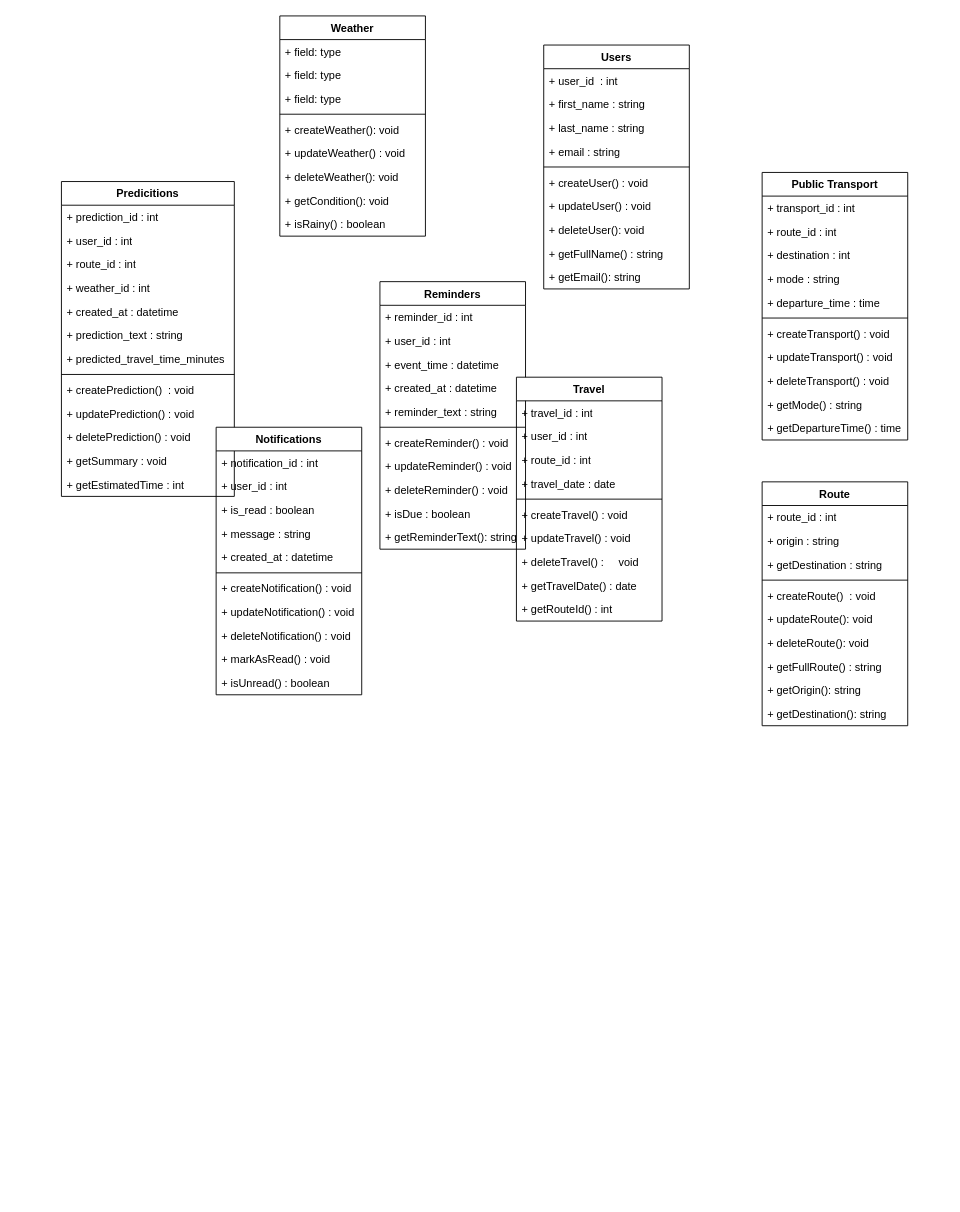
The draw.io diagram classDiagramERDVer3.drawio in jjjandib6013/IT-IMDBSYS31, before the edit. Source tidied: cells renumbered, new cells numbered last; positions are measured from the earlier drawing's top-left corner, leaving out a move shared by most shapes. Both pictures are drawn from the tidied source at 91%, with x=0, y=0 at pixel (61, 15).
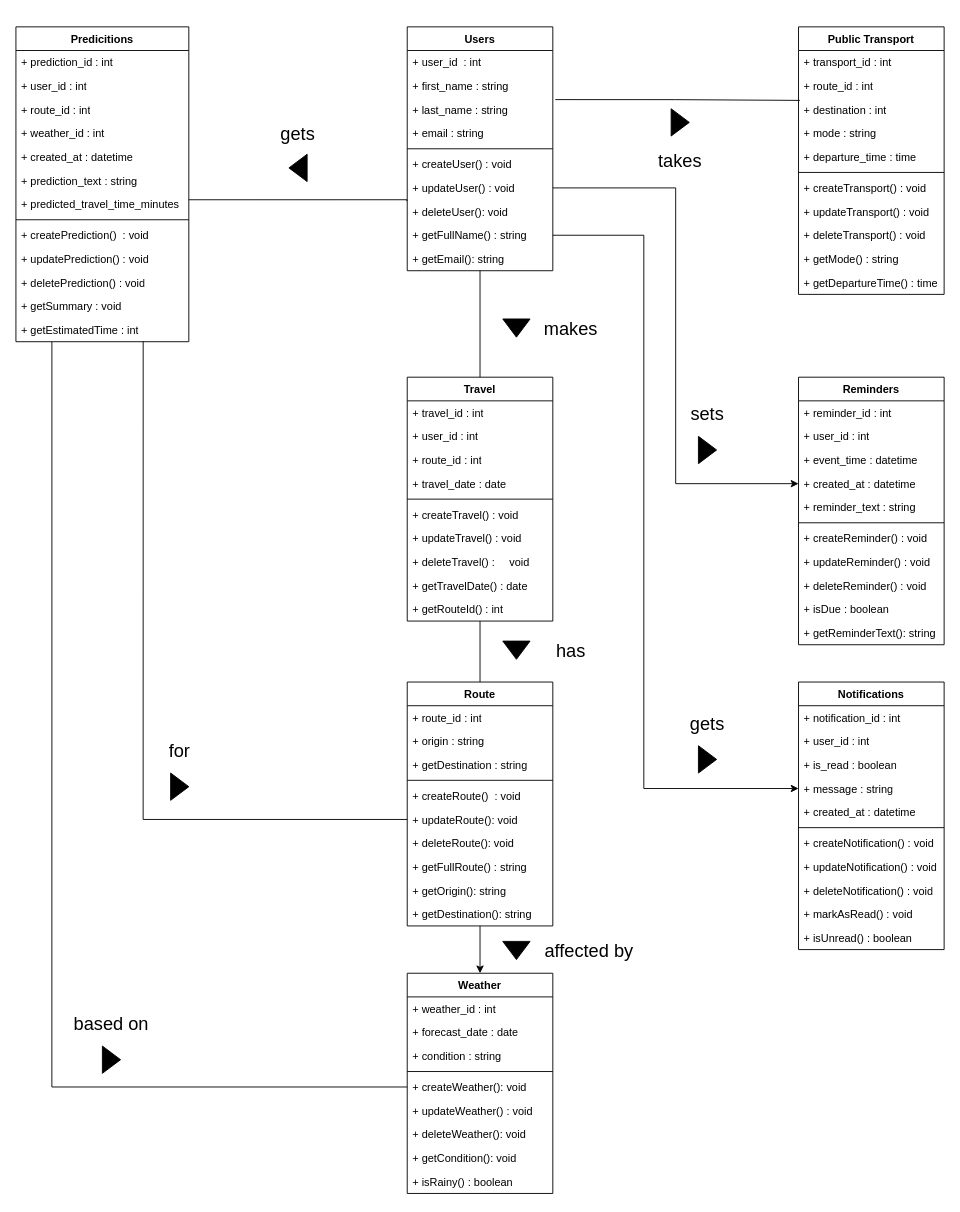
The same page after the edit.

Unchanged cells that the change refers to:
```xml
<mxCell id="5" value="+ last_name : string" style="text;strokeColor=none;fillColor=none;align=left;verticalAlign=top;spacingLeft=4;spacingRight=4;overflow=hidden;points=[[0,0.5],[1,0.5]];portConstraint=eastwest;whiteSpace=wrap;html=1;" parent="2" vertex="1">
  <mxGeometry y="78" width="160" height="26" as="geometry" />
</mxCell>
<mxCell id="9" value="+ updateUser() : void" style="text;strokeColor=none;fillColor=none;align=left;verticalAlign=top;spacingLeft=4;spacingRight=4;overflow=hidden;points=[[0,0.5],[1,0.5]];portConstraint=eastwest;whiteSpace=wrap;html=1;" parent="2" vertex="1">
  <mxGeometry y="164" width="160" height="26" as="geometry" />
</mxCell>
<mxCell id="11" value="+ getFullName() : string" style="text;strokeColor=none;fillColor=none;align=left;verticalAlign=top;spacingLeft=4;spacingRight=4;overflow=hidden;points=[[0,0.5],[1,0.5]];portConstraint=eastwest;whiteSpace=wrap;html=1;" parent="2" vertex="1">
  <mxGeometry y="216" width="160" height="26" as="geometry" />
</mxCell>
<mxCell id="19" value="+ updateRoute(): void" style="text;strokeColor=none;fillColor=none;align=left;verticalAlign=top;spacingLeft=4;spacingRight=4;overflow=hidden;points=[[0,0.5],[1,0.5]];portConstraint=eastwest;whiteSpace=wrap;html=1;" parent="13" vertex="1">
  <mxGeometry y="138" width="160" height="26" as="geometry" />
</mxCell>
<mxCell id="31" value="+ predicted_travel_time_minutes" style="text;strokeColor=none;fillColor=none;align=left;verticalAlign=top;spacingLeft=4;spacingRight=4;overflow=hidden;points=[[0,0.5],[1,0.5]];portConstraint=eastwest;whiteSpace=wrap;html=1;" parent="24" vertex="1">
  <mxGeometry y="182" width="190" height="26" as="geometry" />
</mxCell>
<mxCell id="37" value="+ getEstimatedTime : int" style="text;strokeColor=none;fillColor=none;align=left;verticalAlign=top;spacingLeft=4;spacingRight=4;overflow=hidden;points=[[0,0.5],[1,0.5]];portConstraint=eastwest;whiteSpace=wrap;html=1;" parent="24" vertex="1">
  <mxGeometry y="320" width="190" height="26" as="geometry" />
</mxCell>
<mxCell id="43" value="+ createWeather(): void" style="text;strokeColor=none;fillColor=none;align=left;verticalAlign=top;spacingLeft=4;spacingRight=4;overflow=hidden;points=[[0,0.5],[1,0.5]];portConstraint=eastwest;whiteSpace=wrap;html=1;" parent="38" vertex="1">
  <mxGeometry y="112" width="160" height="26" as="geometry" />
</mxCell>
<mxCell id="51" value="+ destination : int" style="text;strokeColor=none;fillColor=none;align=left;verticalAlign=top;spacingLeft=4;spacingRight=4;overflow=hidden;points=[[0,0.5],[1,0.5]];portConstraint=eastwest;whiteSpace=wrap;html=1;" parent="48" vertex="1">
  <mxGeometry y="78" width="160" height="26" as="geometry" />
</mxCell>
<mxCell id="64" value="+ created_at : datetime" style="text;strokeColor=none;fillColor=none;align=left;verticalAlign=top;spacingLeft=4;spacingRight=4;overflow=hidden;points=[[0,0.5],[1,0.5]];portConstraint=eastwest;whiteSpace=wrap;html=1;" parent="60" vertex="1">
  <mxGeometry y="104" width="160" height="26" as="geometry" />
</mxCell>
<mxCell id="87" value="+ message : string" style="text;strokeColor=none;fillColor=none;align=left;verticalAlign=top;spacingLeft=4;spacingRight=4;overflow=hidden;points=[[0,0.5],[1,0.5]];portConstraint=eastwest;whiteSpace=wrap;html=1;" parent="83" vertex="1">
  <mxGeometry y="104" width="160" height="26" as="geometry" />
</mxCell>
```

Diff of the diagram source:
```diff
@@
+    <mxCell id="95" style="edgeStyle=orthogonalEdgeStyle;rounded=0;jettySize=auto;html=1;entryX=0.5;entryY=0;entryDx=0;entryDy=0;endArrow=none;endFill=0;" parent="1" edge="1" source="2" target="72">
+      <mxGeometry relative="1" as="geometry" />
+    </mxCell>
     <mxCell id="2" value="Users" style="swimlane;fontStyle=1;align=center;verticalAlign=top;horizontal=1;startSize=26;whiteSpace=wrap;html=1;" parent="1" vertex="1">
-      <mxGeometry x="530" y="32" width="160" height="268" as="geometry" />
+      <mxGeometry x="380" y="12" width="160" height="268" as="geometry" />
     </mxCell>
@@
+    <mxCell id="96" style="edgeStyle=orthogonalEdgeStyle;rounded=0;jettySize=auto;html=1;entryX=0.5;entryY=0;entryDx=0;entryDy=0;" parent="1" edge="1" source="13" target="38">
+      <mxGeometry relative="1" as="geometry" />
+    </mxCell>
     <mxCell id="13" value="Route" style="swimlane;fontStyle=1;align=center;verticalAlign=top;horizontal=1;startSize=26;whiteSpace=wrap;html=1;" parent="1" vertex="1">
-      <mxGeometry x="770" y="512" width="160" height="268" as="geometry" />
+      <mxGeometry x="380" y="732" width="160" height="268" as="geometry" />
     </mxCell>
@@
     <mxCell id="24" value="Predicitions" style="swimlane;fontStyle=1;align=center;verticalAlign=top;horizontal=1;startSize=26;whiteSpace=wrap;html=1;" parent="1" vertex="1">
-      <mxGeometry y="182" width="190" height="346" as="geometry" />
+      <mxGeometry x="-50" y="12" width="190" height="346" as="geometry" />
     </mxCell>
@@
     <mxCell id="38" value="Weather" style="swimlane;fontStyle=1;align=center;verticalAlign=top;horizontal=1;startSize=26;whiteSpace=wrap;html=1;" parent="1" vertex="1">
-      <mxGeometry x="240" width="160" height="242" as="geometry" />
+      <mxGeometry x="380" y="1052" width="160" height="242" as="geometry" />
     </mxCell>
-    <mxCell id="39" value="+ field: type" style="text;strokeColor=none;fillColor=none;align=left;verticalAlign=top;spacingLeft=4;spacingRight=4;overflow=hidden;whiteSpace=wrap;html=1;" parent="38" vertex="1">
+    <mxCell id="39" value="+ weather_id : int" style="text;strokeColor=none;fillColor=none;align=left;verticalAlign=top;spacingLeft=4;spacingRight=4;overflow=hidden;whiteSpace=wrap;html=1;" parent="38" vertex="1">
       <mxGeometry y="26" width="160" height="26" as="geometry" />
     </mxCell>
-    <mxCell id="40" value="+ field: type" style="text;strokeColor=none;fillColor=none;align=left;verticalAlign=top;spacingLeft=4;spacingRight=4;overflow=hidden;whiteSpace=wrap;html=1;" parent="38" vertex="1">
+    <mxCell id="40" value="+ forecast_date : date" style="text;strokeColor=none;fillColor=none;align=left;verticalAlign=top;spacingLeft=4;spacingRight=4;overflow=hidden;whiteSpace=wrap;html=1;" parent="38" vertex="1">
       <mxGeometry y="52" width="160" height="26" as="geometry" />
     </mxCell>
-    <mxCell id="41" value="+ field: type" style="text;strokeColor=none;fillColor=none;align=left;verticalAlign=top;spacingLeft=4;spacingRight=4;overflow=hidden;whiteSpace=wrap;html=1;" parent="38" vertex="1">
+    <mxCell id="41" value="+ condition : string" style="text;strokeColor=none;fillColor=none;align=left;verticalAlign=top;spacingLeft=4;spacingRight=4;overflow=hidden;whiteSpace=wrap;html=1;" parent="38" vertex="1">
       <mxGeometry y="78" width="160" height="26" as="geometry" />
     </mxCell>
@@
     <mxCell id="48" value="Public Transport" style="swimlane;fontStyle=1;align=center;verticalAlign=top;horizontal=1;startSize=26;whiteSpace=wrap;html=1;" parent="1" vertex="1">
-      <mxGeometry x="770" y="172" width="160" height="294" as="geometry" />
+      <mxGeometry x="810" y="12" width="160" height="294" as="geometry" />
     </mxCell>
@@
     <mxCell id="60" value="Reminders" style="swimlane;fontStyle=1;align=center;verticalAlign=top;horizontal=1;startSize=26;whiteSpace=wrap;html=1;" parent="1" vertex="1">
-      <mxGeometry x="350" y="292" width="160" height="294" as="geometry" />
+      <mxGeometry x="810" y="397" width="160" height="294" as="geometry" />
     </mxCell>
@@
+    <mxCell id="97" style="edgeStyle=orthogonalEdgeStyle;rounded=0;jettySize=auto;html=1;entryX=0.5;entryY=0;entryDx=0;entryDy=0;endArrow=none;endFill=0;" parent="1" edge="1" source="72" target="13">
+      <mxGeometry relative="1" as="geometry" />
+    </mxCell>
     <mxCell id="72" value="Travel" style="swimlane;fontStyle=1;align=center;verticalAlign=top;horizontal=1;startSize=26;whiteSpace=wrap;html=1;" parent="1" vertex="1">
-      <mxGeometry x="500" y="397" width="160" height="268" as="geometry" />
+      <mxGeometry x="380" y="397" width="160" height="268" as="geometry" />
     </mxCell>
@@
     <mxCell id="83" value="Notifications" style="swimlane;fontStyle=1;align=center;verticalAlign=top;horizontal=1;startSize=26;whiteSpace=wrap;html=1;" parent="1" vertex="1">
-      <mxGeometry x="170" y="452" width="160" height="294" as="geometry" />
+      <mxGeometry x="810" y="732" width="160" height="294" as="geometry" />
     </mxCell>
@@
+    <mxCell id="98" style="edgeStyle=orthogonalEdgeStyle;rounded=0;jettySize=auto;html=1;entryX=-0.002;entryY=1.056;entryDx=0;entryDy=0;entryPerimeter=0;endArrow=none;endFill=0;exitX=1;exitY=0.308;exitDx=0;exitDy=0;exitPerimeter=0;" parent="1" edge="1" source="31" target="9">
+      <mxGeometry relative="1" as="geometry">
+        <Array as="points">
+          <mxPoint x="380" y="202" />
+          <mxPoint x="380" y="204" />
+        </Array>
+      </mxGeometry>
+    </mxCell>
+    <mxCell id="99" style="edgeStyle=orthogonalEdgeStyle;rounded=0;jettySize=auto;html=1;entryX=0.009;entryY=0.109;entryDx=0;entryDy=0;entryPerimeter=0;exitX=1.017;exitY=0.075;exitDx=0;exitDy=0;exitPerimeter=0;endArrow=none;endFill=0;" parent="1" edge="1" source="5" target="51">
+      <mxGeometry relative="1" as="geometry" />
+    </mxCell>
+    <mxCell id="100" style="edgeStyle=orthogonalEdgeStyle;rounded=0;jettySize=auto;html=1;entryX=0.208;entryY=1.01;entryDx=0;entryDy=0;entryPerimeter=0;endArrow=none;endFill=0;" parent="1" edge="1" source="43" target="37">
+      <mxGeometry relative="1" as="geometry" />
+    </mxCell>
+    <mxCell id="101" style="edgeStyle=orthogonalEdgeStyle;rounded=0;jettySize=auto;html=1;entryX=0.736;entryY=0.985;entryDx=0;entryDy=0;entryPerimeter=0;endArrow=none;endFill=0;" parent="1" edge="1" source="19" target="37">
+      <mxGeometry relative="1" as="geometry" />
+    </mxCell>
+    <mxCell id="102" style="edgeStyle=orthogonalEdgeStyle;rounded=0;jettySize=auto;html=1;exitX=1;exitY=0.5;exitDx=0;exitDy=0;entryX=0;entryY=0.5;entryDx=0;entryDy=0;" parent="1" edge="1" source="9" target="64">
+      <mxGeometry relative="1" as="geometry" />
+    </mxCell>
+    <mxCell id="103" style="edgeStyle=orthogonalEdgeStyle;rounded=0;jettySize=auto;html=1;exitX=1;exitY=0.5;exitDx=0;exitDy=0;entryX=0;entryY=0.5;entryDx=0;entryDy=0;" parent="1" edge="1" source="11" target="87">
+      <mxGeometry relative="1" as="geometry">
+        <Array as="points">
+          <mxPoint x="640" y="241" />
+          <mxPoint x="640" y="849" />
+        </Array>
+      </mxGeometry>
+    </mxCell>
+    <mxCell id="104" style="triangle;whiteSpace=wrap;html=1;fillColor=#000000;rotation=0;" parent="1" vertex="1">
+      <mxGeometry x="670" y="102" width="20" height="30" as="geometry" />
+    </mxCell>
+    <mxCell id="105" style="edgeStyle=orthogonalEdgeStyle;rounded=0;orthogonalLoop=1;jettySize=auto;html=1;exitX=0.5;exitY=0;exitDx=0;exitDy=0;entryX=0.5;entryY=1;entryDx=0;entryDy=0;" parent="1" edge="1" source="104" target="104">
+      <mxGeometry relative="1" as="geometry" />
+    </mxCell>
+    <mxCell id="106" value="&lt;font style=&quot;font-size: 20px;&quot;&gt;takes&lt;/font&gt;" style="text;html=1;whiteSpace=wrap;strokeColor=none;fillColor=none;align=center;verticalAlign=middle;rounded=0;" parent="1" vertex="1">
+      <mxGeometry x="650" y="144" width="60" height="30" as="geometry" />
+    </mxCell>
+    <mxCell id="107" style="triangle;whiteSpace=wrap;html=1;fillColor=#000000;rotation=0;" parent="1" vertex="1">
+      <mxGeometry x="700" y="462" width="20" height="30" as="geometry" />
+    </mxCell>
+    <mxCell id="108" value="&lt;font style=&quot;font-size: 20px;&quot;&gt;sets&lt;/font&gt;" style="text;html=1;whiteSpace=wrap;strokeColor=none;fillColor=none;align=center;verticalAlign=middle;rounded=0;" parent="1" vertex="1">
+      <mxGeometry x="680" y="422" width="60" height="30" as="geometry" />
+    </mxCell>
+    <mxCell id="109" style="triangle;whiteSpace=wrap;html=1;fillColor=#000000;rotation=0;" parent="1" vertex="1">
+      <mxGeometry x="700" y="802" width="20" height="30" as="geometry" />
+    </mxCell>
+    <mxCell id="110" value="&lt;font style=&quot;font-size: 20px;&quot;&gt;gets&lt;/font&gt;" style="text;html=1;whiteSpace=wrap;strokeColor=none;fillColor=none;align=center;verticalAlign=middle;rounded=0;" parent="1" vertex="1">
+      <mxGeometry x="680" y="762" width="60" height="30" as="geometry" />
+    </mxCell>
+    <mxCell id="111" style="triangle;whiteSpace=wrap;html=1;fillColor=#000000;rotation=90;" parent="1" vertex="1">
+      <mxGeometry x="490" y="328" width="20" height="30" as="geometry" />
+    </mxCell>
+    <mxCell id="112" value="&lt;font style=&quot;font-size: 20px;&quot;&gt;makes&lt;/font&gt;" style="text;html=1;whiteSpace=wrap;strokeColor=none;fillColor=none;align=center;verticalAlign=middle;rounded=0;" parent="1" vertex="1">
+      <mxGeometry x="530" y="328" width="60" height="30" as="geometry" />
+    </mxCell>
+    <mxCell id="113" style="triangle;whiteSpace=wrap;html=1;fillColor=#000000;rotation=90;" parent="1" vertex="1">
+      <mxGeometry x="490" y="682" width="20" height="30" as="geometry" />
+    </mxCell>
+    <mxCell id="114" value="&lt;font style=&quot;font-size: 20px;&quot;&gt;has&lt;/font&gt;" style="text;html=1;whiteSpace=wrap;strokeColor=none;fillColor=none;align=center;verticalAlign=middle;rounded=0;" parent="1" vertex="1">
+      <mxGeometry x="530" y="682" width="60" height="30" as="geometry" />
+    </mxCell>
+    <mxCell id="115" style="triangle;whiteSpace=wrap;html=1;fillColor=#000000;rotation=90;" parent="1" vertex="1">
+      <mxGeometry x="490" y="1012" width="20" height="30" as="geometry" />
+    </mxCell>
+    <mxCell id="116" value="&lt;font style=&quot;font-size: 20px;&quot;&gt;affected by&lt;/font&gt;" style="text;html=1;whiteSpace=wrap;strokeColor=none;fillColor=none;align=center;verticalAlign=middle;rounded=0;" parent="1" vertex="1">
+      <mxGeometry x="530" y="1012" width="100" height="30" as="geometry" />
+    </mxCell>
+    <mxCell id="117" style="triangle;whiteSpace=wrap;html=1;fillColor=#000000;rotation=0;" parent="1" vertex="1">
+      <mxGeometry x="120" y="832" width="20" height="30" as="geometry" />
+    </mxCell>
+    <mxCell id="118" value="&lt;font style=&quot;font-size: 20px;&quot;&gt;for&lt;/font&gt;" style="text;html=1;whiteSpace=wrap;strokeColor=none;fillColor=none;align=center;verticalAlign=middle;rounded=0;" parent="1" vertex="1">
+      <mxGeometry x="100" y="792" width="60" height="30" as="geometry" />
+    </mxCell>
+    <mxCell id="119" style="triangle;whiteSpace=wrap;html=1;fillColor=#000000;rotation=0;" parent="1" vertex="1">
+      <mxGeometry x="45" y="1132" width="20" height="30" as="geometry" />
+    </mxCell>
+    <mxCell id="120" value="&lt;font style=&quot;font-size: 20px;&quot;&gt;based on&lt;/font&gt;" style="text;html=1;whiteSpace=wrap;strokeColor=none;fillColor=none;align=center;verticalAlign=middle;rounded=0;" parent="1" vertex="1">
+      <mxGeometry x="10" y="1092" width="90" height="30" as="geometry" />
+    </mxCell>
+    <mxCell id="121" style="triangle;whiteSpace=wrap;html=1;fillColor=#000000;rotation=-180;" parent="1" vertex="1">
+      <mxGeometry x="250" y="152" width="20" height="30" as="geometry" />
+    </mxCell>
+    <mxCell id="122" value="&lt;font style=&quot;font-size: 20px;&quot;&gt;gets&lt;/font&gt;" style="text;html=1;whiteSpace=wrap;strokeColor=none;fillColor=none;align=center;verticalAlign=middle;rounded=0;" parent="1" vertex="1">
+      <mxGeometry x="230" y="114" width="60" height="30" as="geometry" />
+    </mxCell>
```
